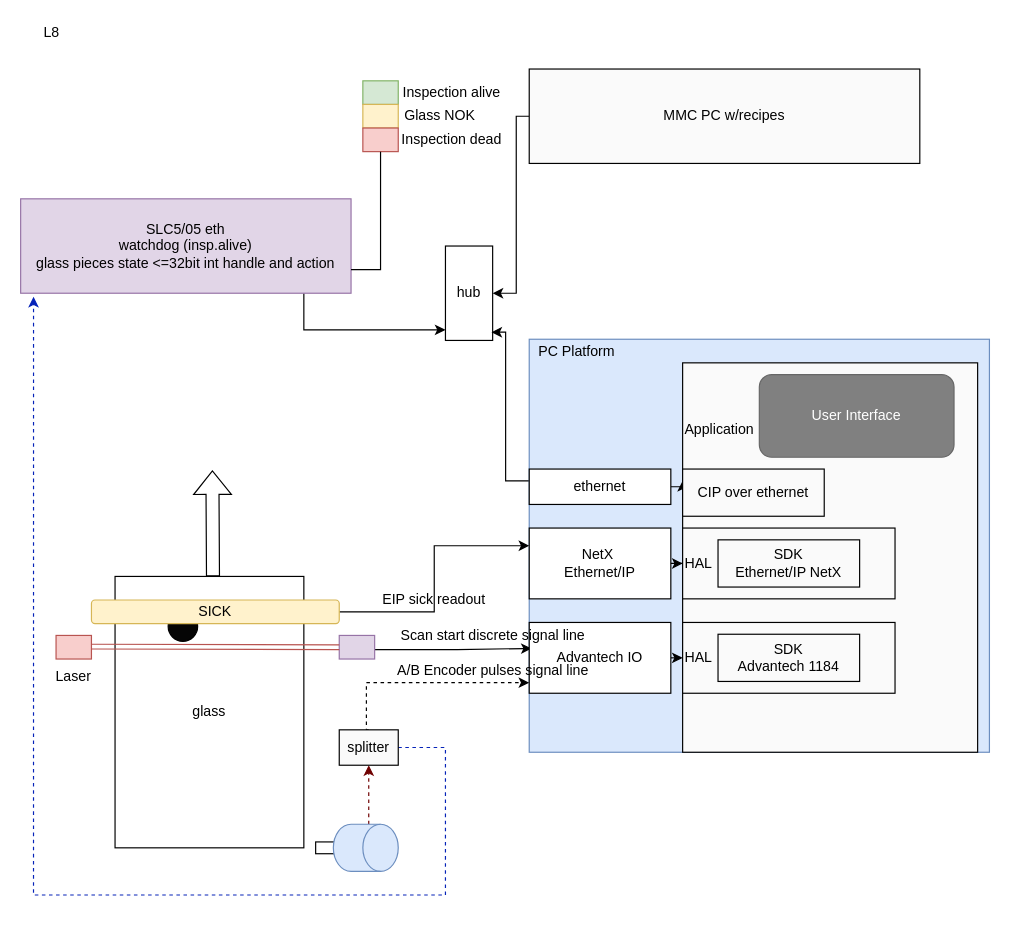
Earlier version of the draw.io diagram page "schema" (1 of 5) of Inspection Platform Dataflow.drawio (megavad/Diagrams). Source tidied: cells renumbered, new cells numbered last; positions are measured from the earlier drawing's top-left corner, leaving out a move shared by most shapes. Both pictures are drawn from the tidied source at 118%, with x=0, y=0 at pixel (20, 20).
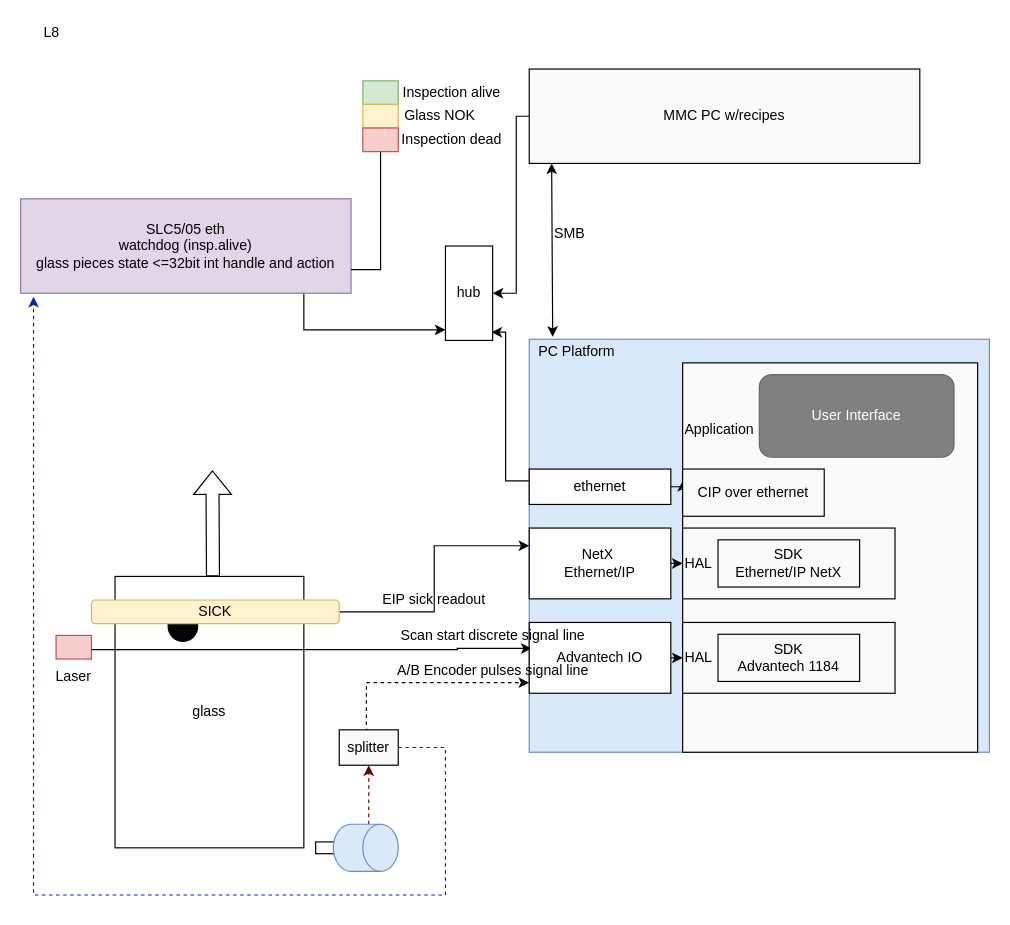
After the change.

Unchanged cells that the change refers to:
```xml
<mxCell id="11" style="rounded=0;whiteSpace=wrap;html=1;fillColor=#dae8fc;strokeColor=#6c8ebf;" parent="1" vertex="1">
  <mxGeometry x="431" y="270" width="390" height="350" as="geometry" />
</mxCell>
<mxCell id="18" style="rounded=0;whiteSpace=wrap;html=1;fillColor=#f8cecc;strokeColor=#b85450;" parent="1" vertex="1">
  <mxGeometry x="30" y="521" width="30" height="20" as="geometry" />
</mxCell>
<mxCell id="24" value="Advantech IO" style="rounded=0;whiteSpace=wrap;html=1;" parent="1" vertex="1">
  <mxGeometry x="431" y="510" width="120" height="60" as="geometry" />
</mxCell>
```

The edit, as a diff of the source:
```diff
@@
-    <mxCell id="19" style="edgeStyle=orthogonalEdgeStyle;rounded=0;jettySize=auto;html=1;entryX=0.017;entryY=0.367;entryDx=0;entryDy=0;entryPerimeter=0;" parent="1" edge="1" source="20" target="24">
+    <mxCell id="19" style="edgeStyle=orthogonalEdgeStyle;rounded=0;jettySize=auto;html=1;entryX=0.017;entryY=0.367;entryDx=0;entryDy=0;entryPerimeter=0;" parent="1" edge="1" source="18" target="24">
       <mxGeometry relative="1" as="geometry">
         <Array as="points">
-          <mxPoint x="370" y="533" />
           <mxPoint x="370" y="533" />
         </Array>
       </mxGeometry>
     </mxCell>
-    <mxCell id="20" style="rounded=0;whiteSpace=wrap;html=1;fillColor=#e1d5e7;strokeColor=#9673a6;" parent="1" vertex="1">
-      <mxGeometry x="270" y="521" width="30" height="20" as="geometry" />
-    </mxCell>
@@
-    <mxCell id="22" style="shape=link;html=1;rounded=0;edgeStyle=orthogonalEdgeStyle;entryX=0;entryY=0.5;entryDx=0;entryDy=0;fillColor=#f8cecc;strokeColor=#b85450;" parent="1" edge="1" target="20">
-      <mxGeometry relative="1" as="geometry">
-        <mxPoint x="60" y="530.5" as="sourcePoint" />
-      </mxGeometry>
-    </mxCell>
@@
+    <mxCell id="50" value="SMB" style="text;html=1;align=center;verticalAlign=middle;strokeColor=none;fillColor=none;" parent="1" vertex="1">
+      <mxGeometry x="445" y="171" width="40" height="20" as="geometry" />
+    </mxCell>
+    <mxCell id="51" style="endArrow=classic;startArrow=classic;html=1;rounded=0;exitX=0.051;exitY=-0.006;exitDx=0;exitDy=0;exitPerimeter=0;" parent="1" edge="1" source="11">
+      <mxGeometry relative="1" as="geometry">
+        <mxPoint x="450" y="121" as="targetPoint" />
+      </mxGeometry>
+    </mxCell>
```
